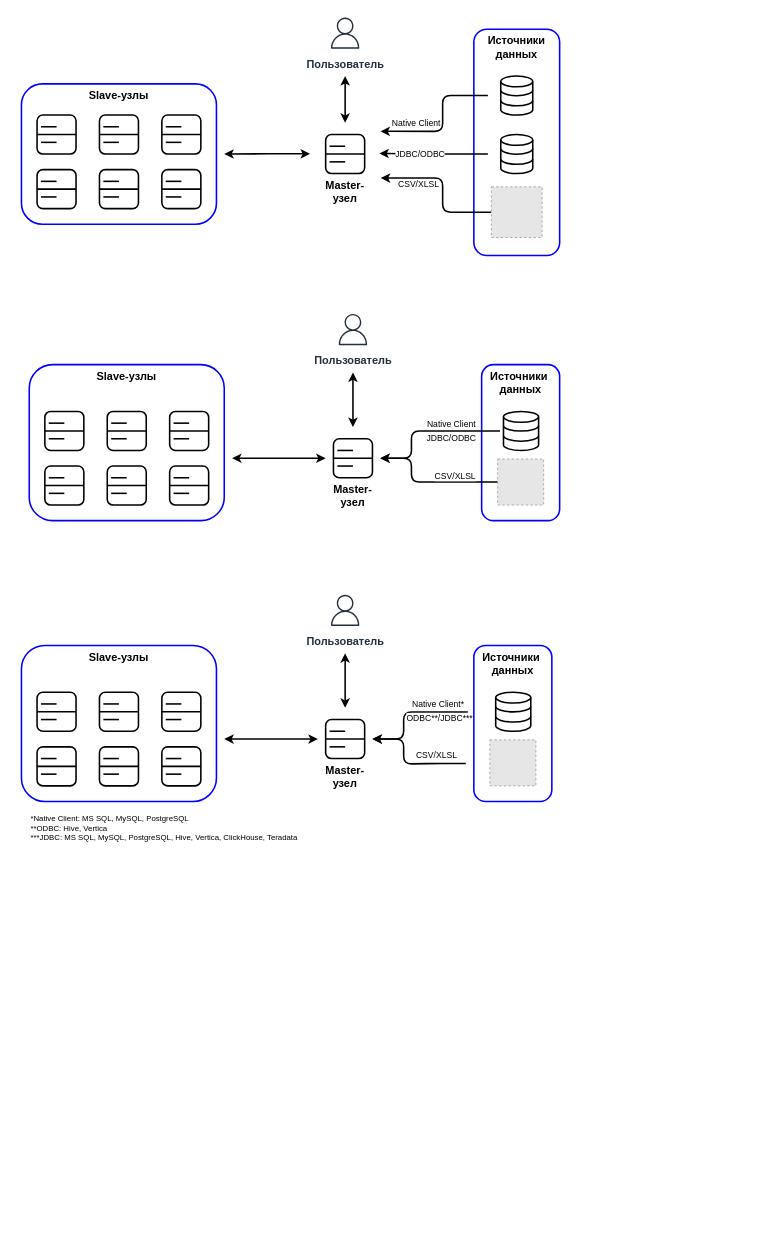
Earlier version of the draw.io diagram page "PA-cluster_2_v1" (5 of 10) of YDB-PD_v3.drawio (FYamaev/draw.io). Source tidied: cells renumbered, new cells numbered last; positions are measured from the earlier drawing's top-left corner, leaving out a move shared by most shapes. Both pictures are drawn from the tidied source at 78%, with x=0, y=0 at pixel (13, 13). Pictures stored in the file or linked from it are replaced by grey dashed boxes.
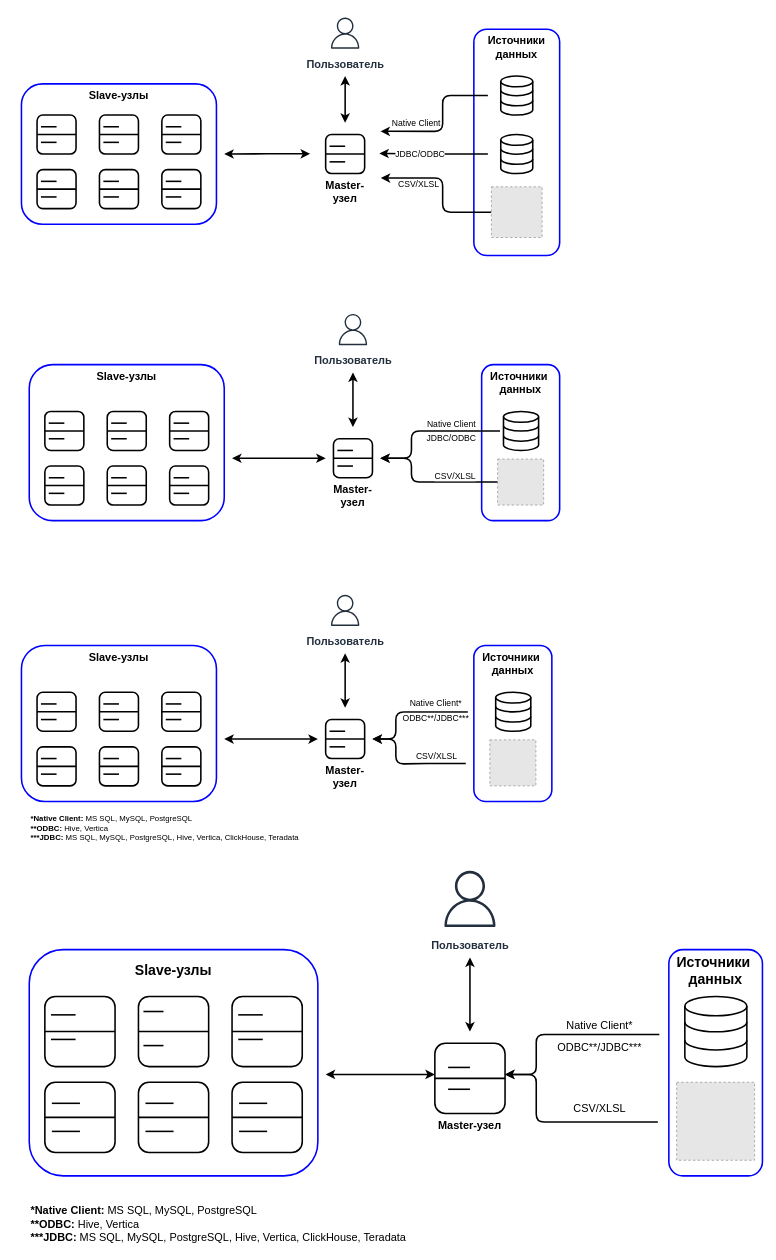
The same diagram, later.

The change refers to these unchanged cells:
```xml
<mxCell id="107" style="rounded=0;whiteSpace=wrap;html=1;strokeColor=none;opacity=0;" parent="1" vertex="1">
  <mxGeometry x="390" y="890" width="70" height="80" as="geometry" />
</mxCell>
<mxCell id="157" style="rounded=0;whiteSpace=wrap;html=1;strokeColor=none;opacity=0;" parent="1" vertex="1">
  <mxGeometry x="580" y="800" width="120" height="240" as="geometry" />
</mxCell>
```

What changed in the source:
```diff
@@
+    <mxCell id="159" style="rounded=0;whiteSpace=wrap;html=1;strokeColor=none;opacity=0;fontSize=14;" parent="1" vertex="1">
+      <mxGeometry x="540" y="1305" width="90" height="110" as="geometry" />
+    </mxCell>
+    <mxCell id="160" style="rounded=0;whiteSpace=wrap;html=1;strokeColor=none;opacity=0;" parent="1" vertex="1">
+      <mxGeometry x="830" y="1200" width="120" height="310" as="geometry" />
+    </mxCell>
@@
     <mxCell id="145" style="rounded=1;jettySize=auto;html=1;strokeWidth=2;spacing=0;exitX=0.019;exitY=0.397;exitDx=0;exitDy=0;jumpSize=6;edgeStyle=orthogonalEdgeStyle;entryX=1;entryY=0.5;entryDx=0;entryDy=0;exitPerimeter=0;" parent="1" edge="1" source="157" target="107">
       <mxGeometry relative="1" as="geometry">
         <Array as="points">
-          <mxPoint x="500" y="895" />
-          <mxPoint x="500" y="930" />
+          <mxPoint x="490" y="895" />
+          <mxPoint x="490" y="930" />
         </Array>
       </mxGeometry>
     </mxCell>
     <mxCell id="146" value="ODBC**/JDBC***" style="edgeLabel;html=1;align=center;verticalAlign=top;" parent="145" vertex="1">
       <mxGeometry x="0.43" relative="1" as="geometry">
-        <mxPoint x="45" y="-35" as="offset" />
+        <mxPoint x="50" y="-25" as="offset" />
       </mxGeometry>
     </mxCell>
     <mxCell id="147" value="Native Client*" style="edgeLabel;html=1;align=center;verticalAlign=bottom;rotation=0;" parent="145" vertex="1">
       <mxGeometry x="0.43" relative="1" as="geometry">
-        <mxPoint x="43" y="-32" as="offset" />
+        <mxPoint x="50" y="-23" as="offset" />
       </mxGeometry>
     </mxCell>
@@
     <mxCell id="149" style="rounded=1;jettySize=auto;html=1;strokeWidth=2;entryX=1;entryY=0.5;entryDx=0;entryDy=0;edgeStyle=orthogonalEdgeStyle;exitX=-0.003;exitY=0.672;exitDx=0;exitDy=0;exitPerimeter=0;" parent="1" edge="1" source="157" target="107">
       <mxGeometry relative="1" as="geometry">
         <Array as="points">
           <mxPoint x="540" y="961" />
-          <mxPoint x="500" y="962" />
-          <mxPoint x="500" y="930" />
+          <mxPoint x="490" y="962" />
+          <mxPoint x="490" y="930" />
         </Array>
       </mxGeometry>
     </mxCell>
@@
-    <mxCell id="158" value="*Native Client:&amp;nbsp;&lt;span style=&quot;background-color: transparent; color: light-dark(rgb(0, 0, 0), rgb(255, 255, 255));&quot;&gt;MS SQL,&amp;nbsp;&lt;/span&gt;&lt;span style=&quot;background-color: transparent; color: light-dark(rgb(0, 0, 0), rgb(255, 255, 255));&quot;&gt;MySQL,&amp;nbsp;&lt;/span&gt;&lt;span style=&quot;background-color: transparent; color: light-dark(rgb(0, 0, 0), rgb(255, 255, 255));&quot;&gt;PostgreSQL&lt;/span&gt;&lt;div&gt;&lt;span style=&quot;background-color: transparent; color: light-dark(rgb(0, 0, 0), rgb(255, 255, 255));&quot;&gt;**ODBC: Hive, Vertica&lt;/span&gt;&lt;/div&gt;&lt;div&gt;&lt;span style=&quot;color: light-dark(rgb(0, 0, 0), rgb(255, 255, 255)); background-color: transparent;&quot;&gt;***JDBC:&amp;nbsp;&lt;/span&gt;&lt;span style=&quot;color: light-dark(rgb(0, 0, 0), rgb(255, 255, 255)); background-color: transparent;&quot;&gt;MS SQL,&amp;nbsp;&lt;/span&gt;&lt;span style=&quot;color: light-dark(rgb(0, 0, 0), rgb(255, 255, 255)); background-color: transparent;&quot;&gt;MySQL,&amp;nbsp;&lt;/span&gt;&lt;span style=&quot;color: light-dark(rgb(0, 0, 0), rgb(255, 255, 255)); background-color: transparent;&quot;&gt;PostgreSQL, Hive, Vertica, ClickHouse, Teradata&lt;/span&gt;&lt;span style=&quot;background-color: transparent; color: light-dark(rgb(0, 0, 0), rgb(255, 255, 255));&quot;&gt;&lt;/span&gt;&lt;/div&gt;" style="text;html=1;align=left;verticalAlign=top;whiteSpace=wrap;rounded=0;fontSize=10;" parent="1" vertex="1">
-      <mxGeometry x="20" y="1020" width="660" height="30" as="geometry" />
+    <mxCell id="158" value="&lt;b&gt;*Native Client:&lt;/b&gt;&amp;nbsp;&lt;span style=&quot;background-color: transparent; color: light-dark(rgb(0, 0, 0), rgb(255, 255, 255));&quot;&gt;MS SQL,&amp;nbsp;&lt;/span&gt;&lt;span style=&quot;background-color: transparent; color: light-dark(rgb(0, 0, 0), rgb(255, 255, 255));&quot;&gt;MySQL,&amp;nbsp;&lt;/span&gt;&lt;span style=&quot;background-color: transparent; color: light-dark(rgb(0, 0, 0), rgb(255, 255, 255));&quot;&gt;PostgreSQL&lt;/span&gt;&lt;div&gt;&lt;span style=&quot;background-color: transparent; color: light-dark(rgb(0, 0, 0), rgb(255, 255, 255));&quot;&gt;&lt;b&gt;**ODBC:&lt;/b&gt; Hive, Vertica&lt;/span&gt;&lt;/div&gt;&lt;div&gt;&lt;span style=&quot;color: light-dark(rgb(0, 0, 0), rgb(255, 255, 255)); background-color: transparent;&quot;&gt;&lt;b&gt;***JDBC:&lt;/b&gt;&amp;nbsp;&lt;/span&gt;&lt;span style=&quot;color: light-dark(rgb(0, 0, 0), rgb(255, 255, 255)); background-color: transparent;&quot;&gt;MS SQL,&amp;nbsp;&lt;/span&gt;&lt;span style=&quot;color: light-dark(rgb(0, 0, 0), rgb(255, 255, 255)); background-color: transparent;&quot;&gt;MySQL,&amp;nbsp;&lt;/span&gt;&lt;span style=&quot;color: light-dark(rgb(0, 0, 0), rgb(255, 255, 255)); background-color: transparent;&quot;&gt;PostgreSQL, Hive, Vertica, ClickHouse, Teradata&lt;/span&gt;&lt;span style=&quot;background-color: transparent; color: light-dark(rgb(0, 0, 0), rgb(255, 255, 255));&quot;&gt;&lt;/span&gt;&lt;/div&gt;" style="text;html=1;align=left;verticalAlign=top;whiteSpace=wrap;rounded=0;fontSize=10;" parent="1" vertex="1">
+      <mxGeometry x="20" y="1020" width="660" height="50" as="geometry" />
     </mxCell>
+    <mxCell id="161" value="Источники&amp;nbsp;&lt;div&gt;данных&lt;/div&gt;" style="rounded=1;whiteSpace=wrap;html=1;strokeWidth=2;strokeColor=#0000FF;verticalAlign=top;fontSize=18;fontStyle=1;" parent="1" vertex="1">
+      <mxGeometry x="840" y="1200" width="120" height="290" as="geometry" />
+    </mxCell>
+    <mxCell id="162" style="rounded=0;whiteSpace=wrap;html=1;strokeColor=none;opacity=0;" parent="1" vertex="1">
+      <mxGeometry x="10" y="1200" width="390" height="320" as="geometry" />
+    </mxCell>
+    <mxCell id="163" style="edgeStyle=orthogonalEdgeStyle;rounded=0;jettySize=auto;html=1;exitX=0;exitY=0.5;exitDx=0;exitDy=0;entryX=1;entryY=0.5;entryDx=0;entryDy=0;startArrow=classic;startFill=1;strokeWidth=2;" parent="1" edge="1" source="159" target="162">
+      <mxGeometry relative="1" as="geometry" />
+    </mxCell>
+    <mxCell id="164" value="Slave-узлы" style="rounded=1;whiteSpace=wrap;html=1;strokeWidth=2;strokeColor=#0000FF;verticalAlign=top;fontSize=18;fontStyle=1;spacingTop=10;" parent="1" vertex="1">
+      <mxGeometry x="20" y="1200" width="370" height="290" as="geometry" />
+    </mxCell>
+    <mxCell id="165" style="group;" parent="1" vertex="1">
+      <mxGeometry x="40" y="1260" width="90" height="90" as="geometry" />
+    </mxCell>
+    <mxCell id="166" style="group;" parent="165" vertex="1">
+      <mxGeometry width="90" height="90" as="geometry" />
+    </mxCell>
+    <mxCell id="167" style="rounded=1;whiteSpace=wrap;html=1;strokeWidth=2;" parent="166" vertex="1">
+      <mxGeometry width="90" height="90" as="geometry" />
+    </mxCell>
+    <mxCell id="168" style="endArrow=none;html=1;rounded=0;exitX=0;exitY=0.5;exitDx=0;exitDy=0;entryX=1;entryY=0.5;entryDx=0;entryDy=0;strokeWidth=2;" parent="166" edge="1" source="167" target="167">
+      <mxGeometry relative="1" as="geometry" />
+    </mxCell>
+    <mxCell id="169" style="endArrow=none;html=1;rounded=0;strokeWidth=2;" parent="166" edge="1">
+      <mxGeometry relative="1" as="geometry">
+        <mxPoint x="7.9" y="23.6" as="sourcePoint" />
+        <mxPoint x="39.4" y="23.6" as="targetPoint" />
+      </mxGeometry>
+    </mxCell>
+    <mxCell id="170" style="endArrow=none;html=1;rounded=0;strokeWidth=2;" parent="166" edge="1">
+      <mxGeometry relative="1" as="geometry">
+        <mxPoint x="7.9" y="55.1" as="sourcePoint" />
+        <mxPoint x="39.4" y="55.1" as="targetPoint" />
+      </mxGeometry>
+    </mxCell>
+    <mxCell id="171" style="group;" parent="1" vertex="1">
+      <mxGeometry x="160" y="1260" width="90" height="90" as="geometry" />
+    </mxCell>
+    <mxCell id="172" style="group;" parent="171" vertex="1">
+      <mxGeometry width="90" height="90" as="geometry" />
+    </mxCell>
+    <mxCell id="173" style="rounded=1;whiteSpace=wrap;html=1;strokeWidth=2;" parent="172" vertex="1">
+      <mxGeometry width="90" height="90" as="geometry" />
+    </mxCell>
+    <mxCell id="174" style="endArrow=none;html=1;rounded=0;exitX=0;exitY=0.5;exitDx=0;exitDy=0;entryX=1;entryY=0.5;entryDx=0;entryDy=0;strokeWidth=2;" parent="172" edge="1" source="173" target="173">
+      <mxGeometry relative="1" as="geometry" />
+    </mxCell>
+    <mxCell id="175" style="endArrow=none;html=1;rounded=0;strokeWidth=2;" parent="172" edge="1">
+      <mxGeometry relative="1" as="geometry">
+        <mxPoint x="6.4" y="19.3" as="sourcePoint" />
+        <mxPoint x="32.1" y="19.3" as="targetPoint" />
+      </mxGeometry>
+    </mxCell>
+    <mxCell id="176" style="endArrow=none;html=1;rounded=0;strokeWidth=2;" parent="172" edge="1">
+      <mxGeometry relative="1" as="geometry">
+        <mxPoint x="6.4" y="63" as="sourcePoint" />
+        <mxPoint x="32.1" y="63" as="targetPoint" />
+      </mxGeometry>
+    </mxCell>
+    <mxCell id="177" style="group;" parent="1" vertex="1">
+      <mxGeometry x="280" y="1260" width="90" height="90" as="geometry" />
+    </mxCell>
+    <mxCell id="178" style="group;" parent="177" vertex="1">
+      <mxGeometry width="90" height="90" as="geometry" />
+    </mxCell>
+    <mxCell id="179" style="rounded=1;whiteSpace=wrap;html=1;strokeWidth=2;" parent="178" vertex="1">
+      <mxGeometry width="90" height="90" as="geometry" />
+    </mxCell>
+    <mxCell id="180" style="endArrow=none;html=1;rounded=0;exitX=0;exitY=0.5;exitDx=0;exitDy=0;entryX=1;entryY=0.5;entryDx=0;entryDy=0;strokeWidth=2;" parent="178" edge="1" source="179" target="179">
+      <mxGeometry relative="1" as="geometry" />
+    </mxCell>
+    <mxCell id="181" style="endArrow=none;html=1;rounded=0;strokeWidth=2;" parent="178" edge="1">
+      <mxGeometry relative="1" as="geometry">
+        <mxPoint x="7.9" y="23.6" as="sourcePoint" />
+        <mxPoint x="39.4" y="23.6" as="targetPoint" />
+      </mxGeometry>
+    </mxCell>
+    <mxCell id="182" style="endArrow=none;html=1;rounded=0;strokeWidth=2;" parent="178" edge="1">
+      <mxGeometry relative="1" as="geometry">
+        <mxPoint x="7.9" y="55.1" as="sourcePoint" />
+        <mxPoint x="39.4" y="55.1" as="targetPoint" />
+      </mxGeometry>
+    </mxCell>
+    <mxCell id="183" style="group;" parent="1" vertex="1">
+      <mxGeometry x="40" y="1370" width="90" height="90" as="geometry" />
+    </mxCell>
+    <mxCell id="184" style="group;" parent="183" vertex="1">
+      <mxGeometry width="90" height="90" as="geometry" />
+    </mxCell>
+    <mxCell id="185" style="rounded=1;whiteSpace=wrap;html=1;strokeWidth=2;" parent="184" vertex="1">
+      <mxGeometry width="90" height="90" as="geometry" />
+    </mxCell>
+    <mxCell id="186" style="endArrow=none;html=1;rounded=0;exitX=0;exitY=0.5;exitDx=0;exitDy=0;entryX=1;entryY=0.5;entryDx=0;entryDy=0;strokeWidth=2;" parent="184" edge="1" source="185" target="185">
+      <mxGeometry relative="1" as="geometry" />
+    </mxCell>
+    <mxCell id="187" style="endArrow=none;html=1;rounded=0;strokeWidth=2;" parent="184" edge="1">
+      <mxGeometry relative="1" as="geometry">
+        <mxPoint x="9" y="27" as="sourcePoint" />
+        <mxPoint x="45" y="27" as="targetPoint" />
+      </mxGeometry>
+    </mxCell>
+    <mxCell id="188" style="endArrow=none;html=1;rounded=0;strokeWidth=2;" parent="184" edge="1">
+      <mxGeometry relative="1" as="geometry">
+        <mxPoint x="9" y="63" as="sourcePoint" />
+        <mxPoint x="45" y="63" as="targetPoint" />
+      </mxGeometry>
+    </mxCell>
+    <mxCell id="189" style="group;" parent="1" vertex="1">
+      <mxGeometry x="280" y="1370" width="90" height="90" as="geometry" />
+    </mxCell>
+    <mxCell id="190" style="group;" parent="189" vertex="1">
+      <mxGeometry width="90" height="90" as="geometry" />
+    </mxCell>
+    <mxCell id="191" style="group;" parent="190" vertex="1">
+      <mxGeometry width="90" height="90" as="geometry" />
+    </mxCell>
+    <mxCell id="192" style="rounded=1;whiteSpace=wrap;html=1;strokeWidth=2;" parent="191" vertex="1">
+      <mxGeometry width="90" height="90" as="geometry" />
+    </mxCell>
+    <mxCell id="193" style="endArrow=none;html=1;rounded=0;exitX=0;exitY=0.5;exitDx=0;exitDy=0;entryX=1;entryY=0.5;entryDx=0;entryDy=0;strokeWidth=2;" parent="191" edge="1" source="192" target="192">
+      <mxGeometry relative="1" as="geometry" />
+    </mxCell>
+    <mxCell id="194" style="endArrow=none;html=1;rounded=0;strokeWidth=2;" parent="191" edge="1">
+      <mxGeometry relative="1" as="geometry">
+        <mxPoint x="9" y="27" as="sourcePoint" />
+        <mxPoint x="45" y="27" as="targetPoint" />
+      </mxGeometry>
+    </mxCell>
+    <mxCell id="195" style="endArrow=none;html=1;rounded=0;strokeWidth=2;" parent="191" edge="1">
+      <mxGeometry relative="1" as="geometry">
+        <mxPoint x="9" y="63" as="sourcePoint" />
+        <mxPoint x="45" y="63" as="targetPoint" />
+      </mxGeometry>
+    </mxCell>
+    <mxCell id="196" value="Пользователь" style="sketch=0;fontColor=#232F3E;gradientColor=none;strokeColor=#232F3E;fillColor=#ffffff;dashed=0;verticalLabelPosition=bottom;verticalAlign=top;align=center;html=1;fontSize=14;fontStyle=1;shape=mxgraph.aws4.resourceIcon;resIcon=mxgraph.aws4.user;" parent="1" vertex="1">
+      <mxGeometry x="540" y="1090" width="90" height="90" as="geometry" />
+    </mxCell>
+    <mxCell id="197" style="endArrow=classic;startArrow=classic;html=1;rounded=0;strokeWidth=2;exitX=0.5;exitY=0;exitDx=0;exitDy=0;" parent="1" edge="1" source="159">
+      <mxGeometry relative="1" as="geometry">
+        <mxPoint x="585" y="1210" as="targetPoint" />
+      </mxGeometry>
+    </mxCell>
+    <mxCell id="198" style="rounded=1;jettySize=auto;html=1;strokeWidth=2;spacing=0;jumpSize=6;entryX=1;entryY=0.5;entryDx=0;entryDy=0;exitX=-0.018;exitY=0.351;exitDx=0;exitDy=0;exitPerimeter=0;edgeStyle=orthogonalEdgeStyle;" parent="1" edge="1" source="160" target="159">
+      <mxGeometry relative="1" as="geometry">
+        <Array as="points">
+          <mxPoint x="670" y="1309" />
+          <mxPoint x="670" y="1360" />
+        </Array>
+      </mxGeometry>
+    </mxCell>
+    <mxCell id="199" value="ODBC**/JDBC***" style="edgeLabel;html=1;align=center;verticalAlign=top;fontSize=14;" parent="198" vertex="1">
+      <mxGeometry x="0.43" relative="1" as="geometry">
+        <mxPoint x="80" y="-19" as="offset" />
+      </mxGeometry>
+    </mxCell>
+    <mxCell id="200" value="Native Client*" style="edgeLabel;html=1;align=center;verticalAlign=bottom;rotation=0;fontSize=14;" parent="198" vertex="1">
+      <mxGeometry x="0.43" relative="1" as="geometry">
+        <mxPoint x="80" y="-22" as="offset" />
+      </mxGeometry>
+    </mxCell>
+    <mxCell id="201" style="html=1;verticalLabelPosition=bottom;align=center;labelBackgroundColor=#ffffff;verticalAlign=top;strokeWidth=2;strokeColor=#000000;shadow=0;dashed=0;shape=mxgraph.ios7.icons.data;" parent="1" vertex="1">
+      <mxGeometry x="860.5" y="1260" width="79.5" height="90" as="geometry" />
+    </mxCell>
+    <mxCell id="202" style="rounded=1;jettySize=auto;html=1;strokeWidth=2;entryX=1;entryY=0.5;entryDx=0;entryDy=0;exitX=-0.034;exitY=0.713;exitDx=0;exitDy=0;exitPerimeter=0;edgeStyle=orthogonalEdgeStyle;" parent="1" edge="1" source="160" target="159">
+      <mxGeometry relative="1" as="geometry">
+        <Array as="points">
+          <mxPoint x="670" y="1421" />
+          <mxPoint x="670" y="1360" />
+        </Array>
+      </mxGeometry>
+    </mxCell>
+    <mxCell id="203" value="CSV/XLSL" style="edgeLabel;html=1;align=center;verticalAlign=bottom;fontSize=14;" parent="202" vertex="1">
+      <mxGeometry x="0.6" relative="1" as="geometry">
+        <mxPoint x="80" y="43" as="offset" />
+      </mxGeometry>
+    </mxCell>
+    <mxCell id="204" style="fillColor=#E6E6E6;strokeColor=#999999;dashed=1;html=1;verticalAlign=top;verticalLabelPosition=bottom;labelBackgroundColor=#ffffff;" parent="1" vertex="1">
+      <mxGeometry x="850" y="1370" width="100" height="100" as="geometry" />
+    </mxCell>
+    <mxCell id="205" style="group;fontSize=15;" parent="1" vertex="1">
+      <mxGeometry x="550" y="1330" width="80" height="130" as="geometry" />
+    </mxCell>
+    <mxCell id="206" value="Master-узел" style="rounded=1;whiteSpace=wrap;html=1;strokeWidth=2;labelPosition=center;verticalLabelPosition=bottom;align=center;verticalAlign=top;fontSize=14;fontStyle=1;" parent="205" vertex="1">
+      <mxGeometry x="-10" y="-10" width="90" height="90" as="geometry" />
+    </mxCell>
+    <mxCell id="207" style="endArrow=none;html=1;rounded=0;exitX=0;exitY=0.5;exitDx=0;exitDy=0;entryX=1;entryY=0.5;entryDx=0;entryDy=0;strokeWidth=2;elbow=vertical;" parent="205" edge="1" source="206" target="206">
+      <mxGeometry relative="1" as="geometry" />
+    </mxCell>
+    <mxCell id="208" style="endArrow=none;html=1;rounded=0;strokeWidth=2;" parent="205" edge="1">
+      <mxGeometry relative="1" as="geometry">
+        <mxPoint x="7" y="21" as="sourcePoint" />
+        <mxPoint x="35" y="21" as="targetPoint" />
+      </mxGeometry>
+    </mxCell>
+    <mxCell id="209" style="endArrow=none;html=1;rounded=0;strokeWidth=2;" parent="205" edge="1">
+      <mxGeometry relative="1" as="geometry">
+        <mxPoint x="7" y="49" as="sourcePoint" />
+        <mxPoint x="35" y="49" as="targetPoint" />
+      </mxGeometry>
+    </mxCell>
+    <mxCell id="210" value="&lt;b&gt;*Native Client:&lt;/b&gt;&amp;nbsp;&lt;span style=&quot;background-color: transparent; color: light-dark(rgb(0, 0, 0), rgb(255, 255, 255));&quot;&gt;MS SQL,&amp;nbsp;&lt;/span&gt;&lt;span style=&quot;background-color: transparent; color: light-dark(rgb(0, 0, 0), rgb(255, 255, 255));&quot;&gt;MySQL,&amp;nbsp;&lt;/span&gt;&lt;span style=&quot;background-color: transparent; color: light-dark(rgb(0, 0, 0), rgb(255, 255, 255));&quot;&gt;PostgreSQL&lt;/span&gt;&lt;div&gt;&lt;span style=&quot;background-color: transparent; color: light-dark(rgb(0, 0, 0), rgb(255, 255, 255));&quot;&gt;&lt;b&gt;**ODBC:&lt;/b&gt; Hive, Vertica&lt;/span&gt;&lt;/div&gt;&lt;div&gt;&lt;span style=&quot;color: light-dark(rgb(0, 0, 0), rgb(255, 255, 255)); background-color: transparent;&quot;&gt;&lt;b&gt;***JDBC:&lt;/b&gt;&amp;nbsp;&lt;/span&gt;&lt;span style=&quot;color: light-dark(rgb(0, 0, 0), rgb(255, 255, 255)); background-color: transparent;&quot;&gt;MS SQL,&amp;nbsp;&lt;/span&gt;&lt;span style=&quot;color: light-dark(rgb(0, 0, 0), rgb(255, 255, 255)); background-color: transparent;&quot;&gt;MySQL,&amp;nbsp;&lt;/span&gt;&lt;span style=&quot;color: light-dark(rgb(0, 0, 0), rgb(255, 255, 255)); background-color: transparent;&quot;&gt;PostgreSQL, Hive, Vertica, ClickHouse, Teradata&lt;/span&gt;&lt;span style=&quot;background-color: transparent; color: light-dark(rgb(0, 0, 0), rgb(255, 255, 255));&quot;&gt;&lt;/span&gt;&lt;/div&gt;" style="text;html=1;align=left;verticalAlign=top;whiteSpace=wrap;rounded=0;fontSize=14;" parent="1" vertex="1">
+      <mxGeometry x="20" y="1520" width="660" height="60" as="geometry" />
+    </mxCell>
+    <mxCell id="211" style="group;" parent="1" vertex="1">
+      <mxGeometry x="160" y="1370" width="90" height="90" as="geometry" />
+    </mxCell>
+    <mxCell id="212" style="rounded=1;whiteSpace=wrap;html=1;strokeWidth=2;" parent="211" vertex="1">
+      <mxGeometry width="90" height="90" as="geometry" />
+    </mxCell>
+    <mxCell id="213" style="endArrow=none;html=1;rounded=0;exitX=0;exitY=0.5;exitDx=0;exitDy=0;entryX=1;entryY=0.5;entryDx=0;entryDy=0;strokeWidth=2;" parent="211" edge="1" source="212" target="212">
+      <mxGeometry relative="1" as="geometry" />
+    </mxCell>
+    <mxCell id="214" style="endArrow=none;html=1;rounded=0;strokeWidth=2;" parent="211" edge="1">
+      <mxGeometry relative="1" as="geometry">
+        <mxPoint x="9" y="27" as="sourcePoint" />
+        <mxPoint x="45" y="27" as="targetPoint" />
+      </mxGeometry>
+    </mxCell>
+    <mxCell id="215" style="endArrow=none;html=1;rounded=0;strokeWidth=2;" parent="211" edge="1">
+      <mxGeometry relative="1" as="geometry">
+        <mxPoint x="9" y="63" as="sourcePoint" />
+        <mxPoint x="45" y="63" as="targetPoint" />
+      </mxGeometry>
+    </mxCell>
```
